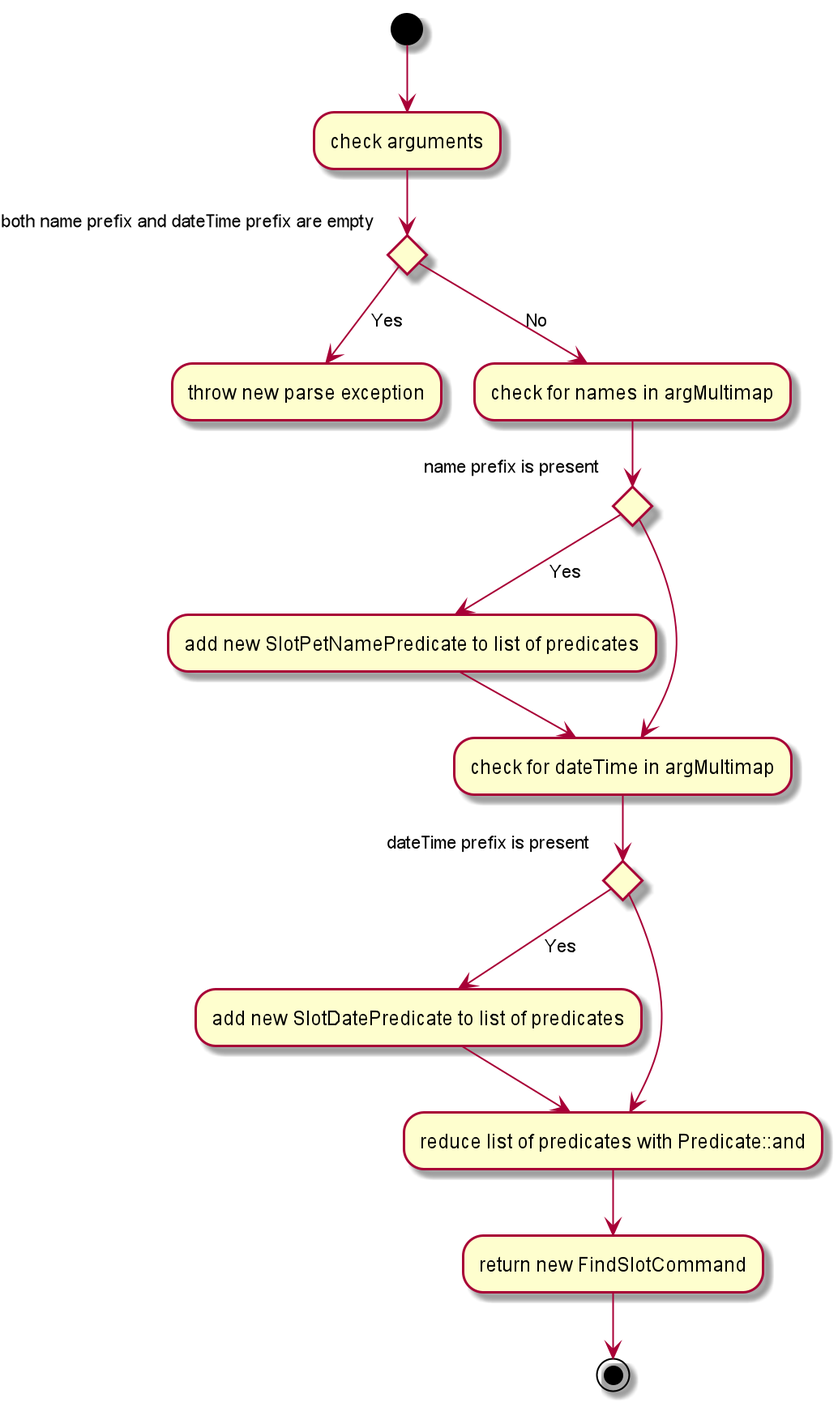
Earlier version of the PlantUML export images/dev-guide/FindSlotParserDiagram.png (AY1920S2-CS2103-W15-4/main). Its diagram source:
```plantuml
@startuml
(*)  --> "check arguments"
If "both name prefix and dateTime prefix are empty" then
--> [Yes] "throw new parse exception"
else
--> [No] "check for names in argMultimap"
If "name prefix is present" then
--> [Yes] "add new SlotPetNamePredicate to list of predicates"
--> "check for dateTime in argMultimap"
else
--> "check for dateTime in argMultimap"
If "dateTime prefix is present"
--> [Yes] "add new SlotDatePredicate to list of predicates"
--> "reduce list of predicates with Predicate::and"
else
--> "reduce list of predicates with Predicate::and"
Endif
Endif
Endif
--> "return new FindSlotCommand"
-->(*)
@enduml
```
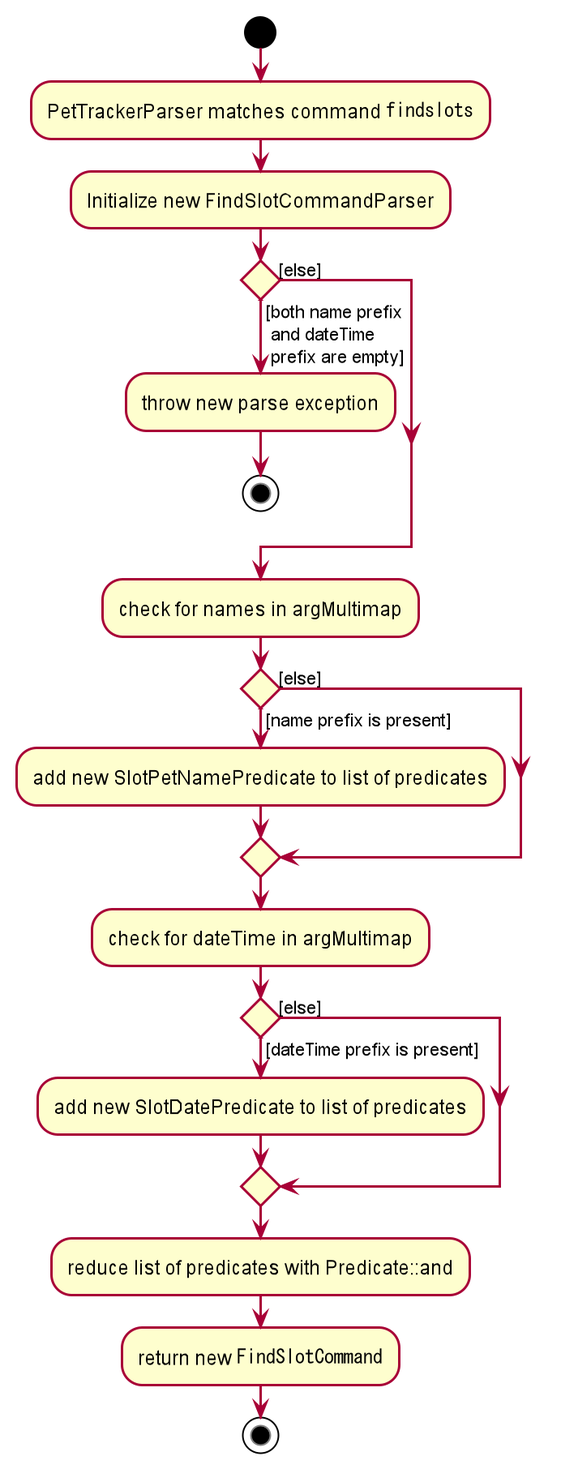
After the change.

What changed in the source:
```diff
@@ -1,22 +1,81 @@
 @startuml
-(*)  --> "check arguments"
-If "both name prefix and dateTime prefix are empty" then
---> [Yes] "throw new parse exception"
-else
---> [No] "check for names in argMultimap"
-If "name prefix is present" then
---> [Yes] "add new SlotPetNamePredicate to list of predicates"
---> "check for dateTime in argMultimap"
-else
---> "check for dateTime in argMultimap"
-If "dateTime prefix is present"
---> [Yes] "add new SlotDatePredicate to list of predicates"
---> "reduce list of predicates with Predicate::and"
-else
---> "reduce list of predicates with Predicate::and"
-Endif
-Endif
-Endif
---> "return new FindSlotCommand"
--->(*)
+
+
+
+
+
+
+
+
+skinparam BackgroundColor #FFFFFFF
+
+skinparam Shadowing false
+
+skinparam Class {
+    FontColor #FFFFFF
+    BorderThickness 1
+    BorderColor #FFFFFF
+    StereotypeFontColor #FFFFFF
+    FontName Arial
+}
+
+skinparam Actor {
+    BorderColor #000000
+    Color #000000
+    FontName Arial
+}
+
+skinparam Sequence {
+    MessageAlign center
+    BoxFontSize 15
+    BoxPadding 0
+    BoxFontColor #FFFFFF
+    FontName Arial
+}
+
+skinparam Participant {
+    FontColor #FFFFFFF
+    Padding 20
+}
+
+skinparam MinClassWidth 50
+skinparam ParticipantPadding 10
+skinparam Shadowing false
+skinparam DefaultTextAlignment center
+skinparam packageStyle Rectangle
+
+hide footbox
+hide members
+hide circle
+
+start
+
+:PetTrackerParser matches command ""findslots"";
+
+:Initialize new FindSlotCommandParser;
+
+if () then ([both name prefix\n and dateTime\n prefix are empty]\n)
+    :throw new parse exception;
+    stop
+else ([else])
+
+endif
+
+:check for names in argMultimap;
+if () then ([name prefix is present])
+    :add new SlotPetNamePredicate to list of predicates;
+else ([else])
+
+endif
+
+:check for dateTime in argMultimap;
+if () then ([dateTime prefix is present])
+    :add new SlotDatePredicate to list of predicates;
+else ([else])
+
+endif
+
+:reduce list of predicates with Predicate::and;
+:return new ""FindSlotCommand"";
+stop
 @enduml
```
